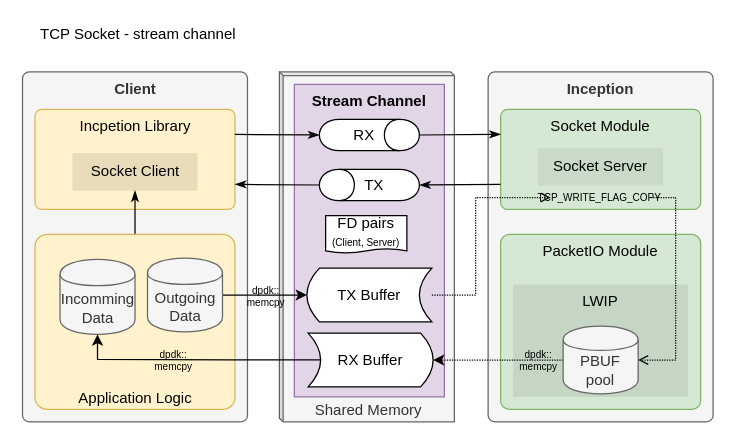
The draw.io diagram page "TCP Socket" (4 of 6) of doc/images/block_diagram.drawio in Spirent/openperf, before the edit. Source tidied: cells renumbered, new cells numbered last; positions are measured from the earlier drawing's top-left corner, leaving out a move shared by most shapes. Both pictures are drawn from the tidied source at 125%, with x=0, y=0 at pixel (22, 21).
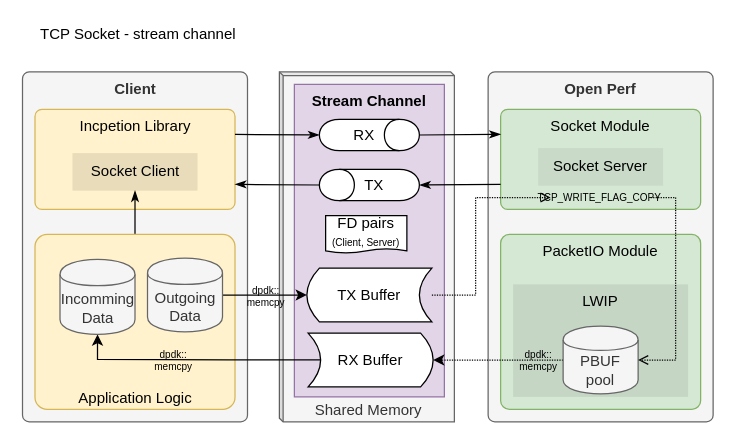
After the change.

Change to the diagram source:
```diff
@@
-    <mxCell id="4" value="&lt;font&gt;Inception&lt;/font&gt;" style="rounded=1;whiteSpace=wrap;html=1;arcSize=3;verticalAlign=top;fontFamily=Avenir Next Condensed;fontStyle=1;fillColor=#f5f5f5;strokeColor=#666666;fontColor=#333333;" parent="1" vertex="1">
+    <mxCell id="4" value="Open Perf" style="rounded=1;whiteSpace=wrap;html=1;arcSize=3;verticalAlign=top;fontFamily=Avenir Next Condensed;fontStyle=1;fillColor=#f5f5f5;strokeColor=#666666;fontColor=#333333;" parent="1" vertex="1">
       <mxGeometry x="372" y="40" width="180" height="280" as="geometry" />
     </mxCell>
```
